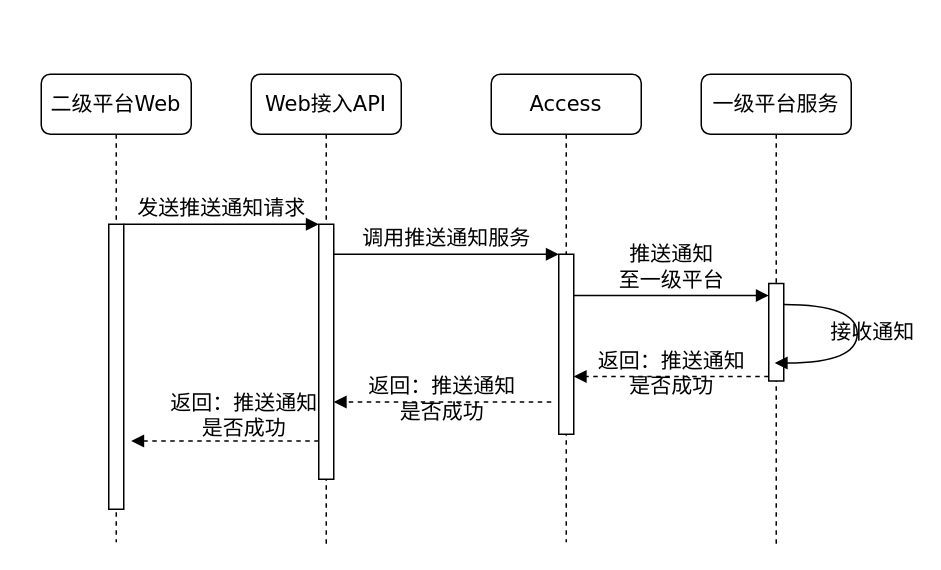
Earlier version of the draw.io diagram IOTManage/sequence-announce.drawio (waterwatermelon/graph). Source tidied: cells renumbered, new cells numbered last; positions are measured from the earlier drawing's top-left corner, leaving out a move shared by most shapes. Both pictures are drawn from the tidied source at 150%, with x=0, y=0 at pixel (40, 74).
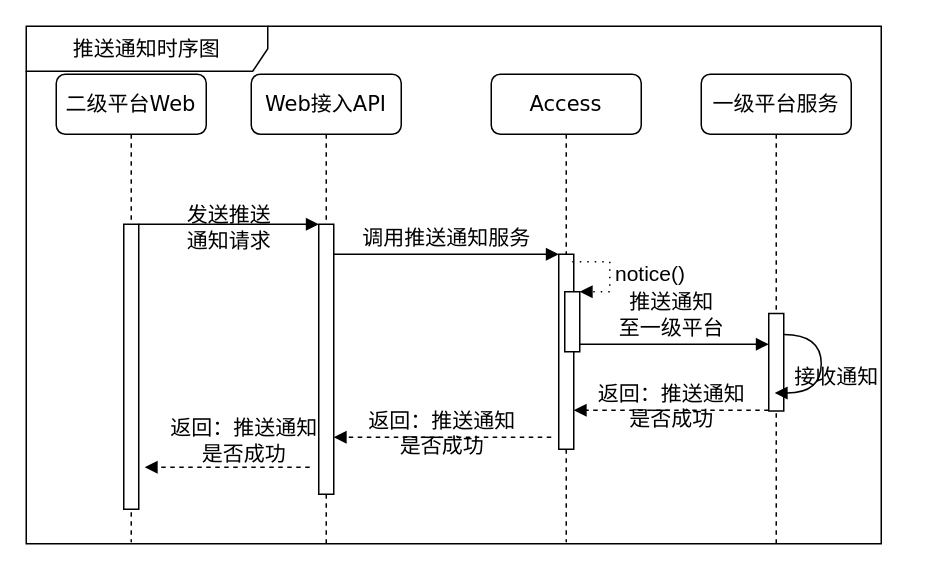
The same diagram, later.

Unchanged cells that the change refers to:
```xml
<mxCell id="2" value="Web接入API" style="shape=umlLifeline;perimeter=lifelinePerimeter;whiteSpace=wrap;html=1;rounded=1;shadow=0;comic=0;labelBackgroundColor=none;strokeColor=#000000;strokeWidth=1;fillColor=#FFFFFF;fontFamily=Verdana;fontSize=14;fontColor=#000000;align=center;" parent="1" vertex="1">
  <mxGeometry x="140" width="100" height="313" as="geometry" />
</mxCell>
<mxCell id="4" value="Access" style="shape=umlLifeline;perimeter=lifelinePerimeter;whiteSpace=wrap;html=1;rounded=1;shadow=0;comic=0;labelBackgroundColor=none;strokeColor=#000000;strokeWidth=1;fillColor=#FFFFFF;fontFamily=Verdana;fontSize=14;fontColor=#000000;align=center;" parent="1" vertex="1">
  <mxGeometry x="300" width="100" height="312" as="geometry" />
</mxCell>
<mxCell id="8" style="html=1;points=[];perimeter=orthogonalPerimeter;rounded=0;shadow=0;comic=0;labelBackgroundColor=none;strokeColor=#000000;strokeWidth=1;fillColor=#FFFFFF;fontFamily=Verdana;fontSize=14;fontColor=#000000;align=center;" parent="7" vertex="1">
  <mxGeometry x="45" y="100" width="10" height="190" as="geometry" />
</mxCell>
```

Change to the diagram source:
```diff
@@
+    <mxCell id="10" value="推送通知&lt;br&gt;至一级平台" style="html=1;verticalAlign=bottom;endArrow=block;labelBackgroundColor=none;fontFamily=Verdana;fontSize=14;edgeStyle=elbowEdgeStyle;elbow=vertical;" parent="1" edge="1">
+      <mxGeometry relative="1" as="geometry">
+        <mxPoint x="355" y="180" as="sourcePoint" />
+        <mxPoint x="485" y="180" as="targetPoint" />
+        <Array as="points">
+          <mxPoint x="360" y="180" />
+        </Array>
+      </mxGeometry>
+    </mxCell>
@@
     <mxCell id="3" style="html=1;points=[];perimeter=orthogonalPerimeter;rounded=0;shadow=0;comic=0;labelBackgroundColor=none;strokeColor=#000000;strokeWidth=1;fillColor=#FFFFFF;fontFamily=Verdana;fontSize=14;fontColor=#000000;align=center;" parent="2" vertex="1">
-      <mxGeometry x="45" y="100" width="10" height="170" as="geometry" />
+      <mxGeometry x="45" y="100" width="10" height="180" as="geometry" />
     </mxCell>
@@
     <mxCell id="5" style="html=1;points=[];perimeter=orthogonalPerimeter;rounded=0;shadow=0;comic=0;labelBackgroundColor=none;strokeColor=#000000;strokeWidth=1;fillColor=#FFFFFF;fontFamily=Verdana;fontSize=14;fontColor=#000000;align=center;" parent="4" vertex="1">
-      <mxGeometry x="45" y="120" width="10" height="120" as="geometry" />
+      <mxGeometry x="45" y="120" width="10" height="130" as="geometry" />
     </mxCell>
+    <mxCell id="17" value="&lt;font style=&quot;font-size: 14px&quot;&gt;notice()&lt;/font&gt;" style="edgeStyle=orthogonalEdgeStyle;html=1;align=left;spacingLeft=2;endArrow=block;rounded=0;entryX=1;entryY=0;dashed=1;dashPattern=1 4;" parent="4" edge="1" target="18">
+      <mxGeometry relative="1" as="geometry">
+        <mxPoint x="54" y="125" as="sourcePoint" />
+        <Array as="points">
+          <mxPoint x="79" y="125" />
+        </Array>
+      </mxGeometry>
+    </mxCell>
+    <mxCell id="18" style="html=1;points=[];perimeter=orthogonalPerimeter;" parent="4" vertex="1">
+      <mxGeometry x="49" y="145" width="10" height="40" as="geometry" />
+    </mxCell>
@@
     <mxCell id="7" value="二级平台Web" style="shape=umlLifeline;perimeter=lifelinePerimeter;whiteSpace=wrap;html=1;rounded=1;shadow=0;comic=0;labelBackgroundColor=none;strokeColor=#000000;strokeWidth=1;fillColor=#FFFFFF;fontFamily=Verdana;fontSize=14;fontColor=#000000;align=center;" parent="1" vertex="1">
-      <mxGeometry width="100" height="312" as="geometry" />
+      <mxGeometry x="10" width="100" height="312" as="geometry" />
     </mxCell>
@@
     <mxCell id="9" style="html=1;perimeter=orthogonalPerimeter;rounded=0;shadow=0;comic=0;labelBackgroundColor=none;strokeColor=#000000;strokeWidth=1;fillColor=#FFFFFF;fontFamily=Verdana;fontSize=14;fontColor=#000000;align=center;" parent="1" vertex="1">
-      <mxGeometry x="485" y="139.5" width="10" height="65" as="geometry" />
+      <mxGeometry x="485" y="159.5" width="10" height="65" as="geometry" />
     </mxCell>
-    <mxCell id="10" value="推送通知&lt;br&gt;至一级平台" style="html=1;verticalAlign=bottom;endArrow=block;labelBackgroundColor=none;fontFamily=Verdana;fontSize=14;edgeStyle=elbowEdgeStyle;elbow=vertical;" parent="1" edge="1">
-      <mxGeometry relative="1" as="geometry">
-        <mxPoint x="355" y="147.5" as="sourcePoint" />
-        <mxPoint x="485" y="147.5" as="targetPoint" />
-        <Array as="points">
-          <mxPoint x="360" y="147.5" />
-        </Array>
-      </mxGeometry>
-    </mxCell>
-    <mxCell id="11" value="发送推送通知请求" style="html=1;verticalAlign=bottom;endArrow=block;entryX=0;entryY=0;labelBackgroundColor=none;fontFamily=Verdana;fontSize=14;edgeStyle=elbowEdgeStyle;elbow=vertical;endFill=1;" parent="1" edge="1" source="8" target="3">
-      <mxGeometry relative="1" as="geometry" />
+    <mxCell id="11" value="发送推送&lt;br&gt;通知请求" style="html=1;verticalAlign=bottom;endArrow=block;entryX=0;entryY=0;labelBackgroundColor=none;fontFamily=Verdana;fontSize=14;edgeStyle=elbowEdgeStyle;elbow=vertical;endFill=1;" parent="1" edge="1" source="8" target="3">
+      <mxGeometry y="-22" relative="1" as="geometry" />
     </mxCell>
@@
     <mxCell id="13" value="返回：推送通知&lt;br&gt;是否成功" style="html=1;verticalAlign=bottom;endArrow=block;entryX=0;entryY=0;labelBackgroundColor=none;fontFamily=Verdana;fontSize=14;dashed=1;" parent="1" edge="1">
       <mxGeometry y="17" relative="1" as="geometry">
-        <mxPoint x="485" y="201.5" as="sourcePoint" />
-        <mxPoint x="355" y="201.5" as="targetPoint" />
+        <mxPoint x="485" y="224" as="sourcePoint" />
+        <mxPoint x="355" y="224" as="targetPoint" />
       </mxGeometry>
     </mxCell>
     <mxCell id="14" value="返回：推送通知&lt;br&gt;是否成功" style="html=1;verticalAlign=bottom;endArrow=block;entryX=0;entryY=0;labelBackgroundColor=none;fontFamily=Verdana;fontSize=14;dashed=1;" parent="1" edge="1">
       <mxGeometry y="17" relative="1" as="geometry">
-        <mxPoint x="340" y="218.5" as="sourcePoint" />
-        <mxPoint x="195" y="218.5" as="targetPoint" />
+        <mxPoint x="340" y="242" as="sourcePoint" />
+        <mxPoint x="195" y="242" as="targetPoint" />
       </mxGeometry>
     </mxCell>
-    <mxCell id="15" value="返回：推送通知&lt;br&gt;是否成功" style="html=1;verticalAlign=bottom;endArrow=block;entryX=0;entryY=0;labelBackgroundColor=none;fontFamily=Verdana;fontSize=14;dashed=1;" parent="1" edge="1">
+    <mxCell id="15" value="返回：推送通知&lt;br&gt;是否成功" style="html=1;verticalAlign=bottom;endArrow=block;labelBackgroundColor=none;fontFamily=Verdana;fontSize=14;dashed=1;" parent="1" edge="1">
       <mxGeometry x="-0.2" y="2" relative="1" as="geometry">
-        <mxPoint x="185" y="244.5" as="sourcePoint" />
-        <mxPoint x="60" y="244.5" as="targetPoint" />
+        <mxPoint x="179" y="262" as="sourcePoint" />
+        <mxPoint x="69" y="262" as="targetPoint" />
       </mxGeometry>
     </mxCell>
     <mxCell id="16" value="接收通知" style="html=1;verticalAlign=bottom;endArrow=block;labelBackgroundColor=none;fontFamily=Verdana;fontSize=14;elbow=vertical;edgeStyle=orthogonalEdgeStyle;curved=1;exitX=1.066;exitY=0.713;exitPerimeter=0;" parent="1" edge="1">
-      <mxGeometry x="0.23" y="-14" relative="1" as="geometry">
-        <mxPoint x="495" y="153.5" as="sourcePoint" />
-        <mxPoint x="489" y="192.5" as="targetPoint" />
+      <mxGeometry x="0.35" y="-10" relative="1" as="geometry">
+        <mxPoint x="495" y="173.5" as="sourcePoint" />
+        <mxPoint x="489" y="212.5" as="targetPoint" />
         <Array as="points">
-          <mxPoint x="544" y="153.5" />
-          <mxPoint x="544" y="192.5" />
+          <mxPoint x="520" y="174" />
+          <mxPoint x="520" y="213" />
         </Array>
-        <mxPoint x="10" y="4" as="offset" />
+        <mxPoint x="10" y="10" as="offset" />
       </mxGeometry>
     </mxCell>
+    <mxCell id="19" value="&lt;font style=&quot;font-size: 14px&quot;&gt;推送通知时序图&lt;/font&gt;" style="shape=umlFrame;whiteSpace=wrap;html=1;width=161;height=30;" parent="1" vertex="1">
+      <mxGeometry x="-10" y="-32" width="570" height="345" as="geometry" />
+    </mxCell>
```
